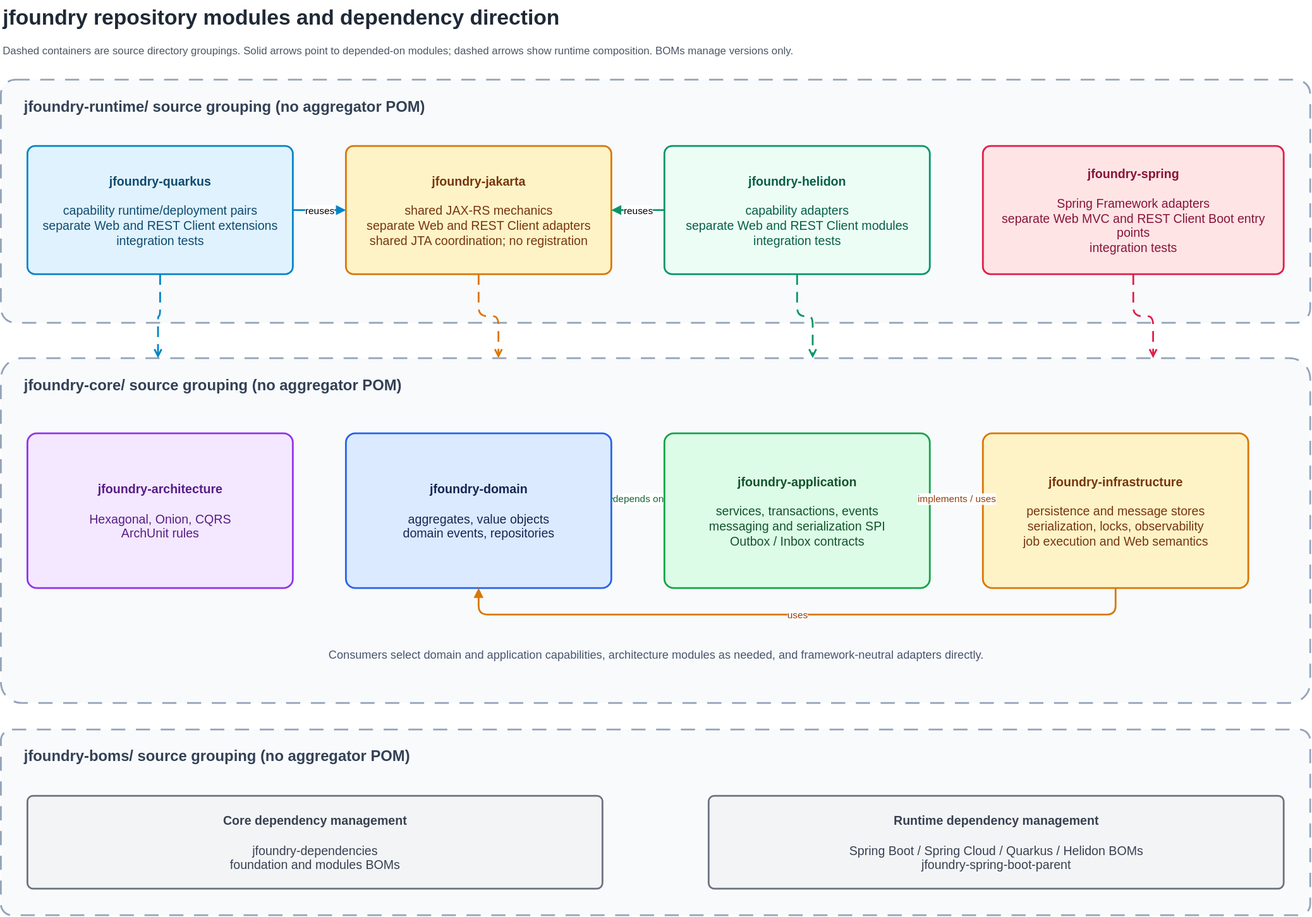
Earlier version of the draw.io export docs/i18n/assets/jfoundry-module-architecture.svg (huahill/jfoundry). Source tidied: cells renumbered, new cells last; positions are measured from the earlier drawing's top-left corner, leaving out a move shared by most shapes.
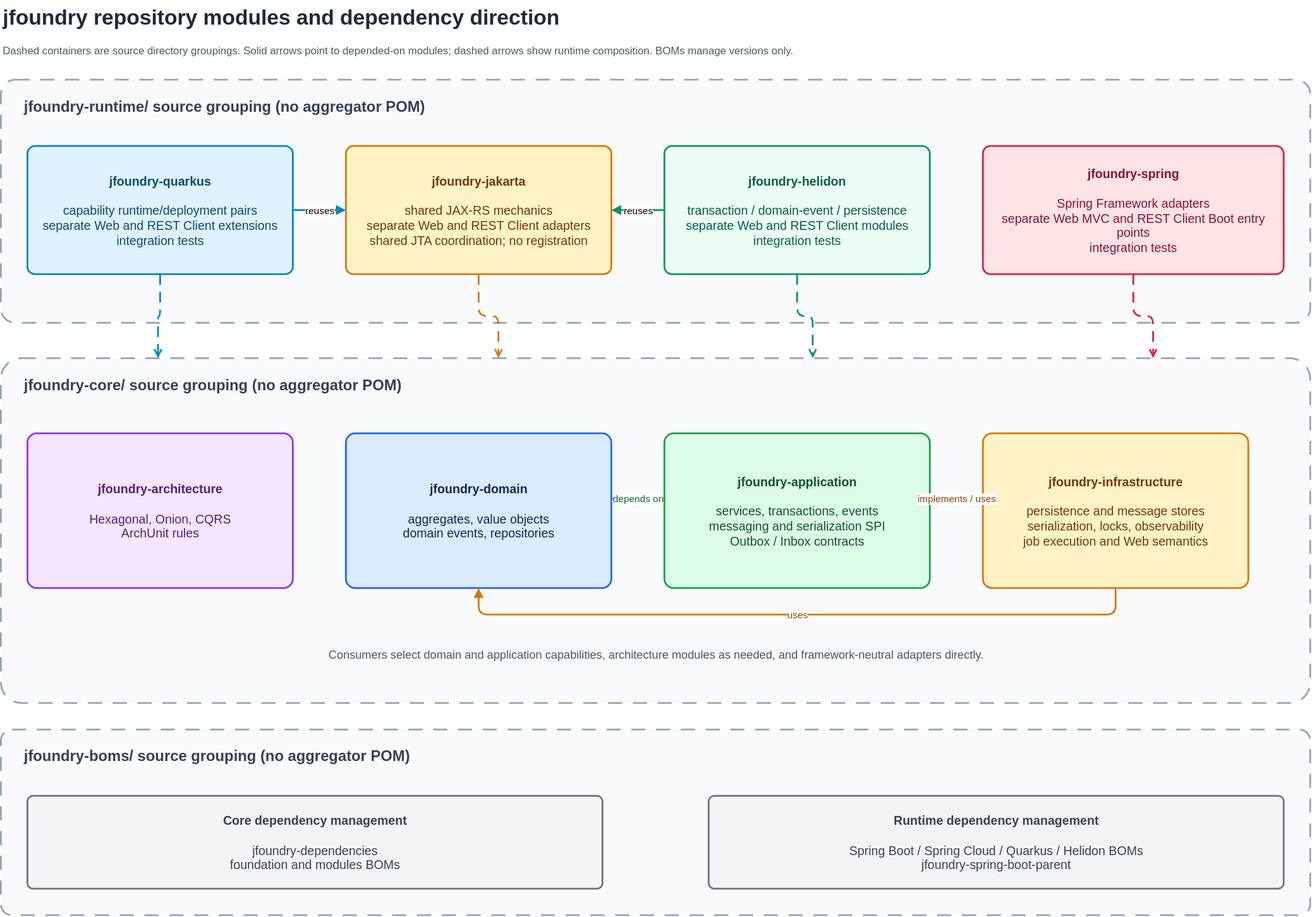
Above is the later version.

The edit, as a diff of the source:
```diff
@@ -17,7 +17,7 @@
     <mxCell id="6" value="&lt;b&gt;jfoundry-jakarta&lt;/b&gt;&lt;br&gt;&lt;br&gt;shared JAX-RS mechanics&lt;br&gt;separate Web and REST Client adapters&lt;br&gt;shared JTA coordination; no registration" style="rounded=1;arcSize=6;whiteSpace=wrap;html=1;fillColor=#FEF3C7;strokeColor=#D97706;strokeWidth=2;fontColor=#78350F;fontSize=14;align=center;verticalAlign=middle;spacing=10;" parent="1" vertex="1">
       <mxGeometry x="390" y="165" width="300" height="145" as="geometry" />
     </mxCell>
-    <mxCell id="7" value="&lt;b&gt;jfoundry-helidon&lt;/b&gt;&lt;br&gt;&lt;br&gt;capability adapters&lt;br&gt;separate Web and REST Client modules&lt;br&gt;integration tests" style="rounded=1;arcSize=6;whiteSpace=wrap;html=1;fillColor=#ECFDF5;strokeColor=#059669;strokeWidth=2;fontColor=#065F46;fontSize=14;align=center;verticalAlign=middle;spacing=10;" parent="1" vertex="1">
+    <mxCell id="7" value="&lt;b&gt;jfoundry-helidon&lt;/b&gt;&lt;br&gt;&lt;br&gt;transaction / domain-event / persistence&lt;br&gt;separate Web and REST Client modules&lt;br&gt;integration tests" style="rounded=1;arcSize=6;whiteSpace=wrap;html=1;fillColor=#ECFDF5;strokeColor=#059669;strokeWidth=2;fontColor=#065F46;fontSize=14;align=center;verticalAlign=middle;spacing=10;" parent="1" vertex="1">
       <mxGeometry x="750" y="165" width="300" height="145" as="geometry" />
     </mxCell>
     <mxCell id="8" value="&lt;b&gt;jfoundry-spring&lt;/b&gt;&lt;br&gt;&lt;br&gt;Spring Framework adapters&lt;br&gt;separate Web MVC and REST Client Boot entry points&lt;br&gt;integration tests" style="rounded=1;arcSize=6;whiteSpace=wrap;html=1;fillColor=#FFE4E6;strokeColor=#E11D48;strokeWidth=2;fontColor=#881337;fontSize=14;align=center;verticalAlign=middle;spacing=10;" parent="1" vertex="1">
```
